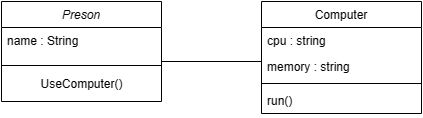
11024117/SEM keeps this draw.io diagram as 0.drawio.png. Above is the earlier version. Source tidied: cells renumbered, new cells last; positions are measured from the earlier drawing's top-left corner, leaving out a move shared by most shapes. Its diagram source:
```xml
<mxGraphModel>
  <root>
    <mxCell id="0" />
    <mxCell id="1" parent="0" />
    <mxCell id="2" value="Preson" style="swimlane;fontStyle=2;align=center;verticalAlign=top;horizontal=1;startSize=26;rounded=0;shadow=0;strokeWidth=1;" parent="1" vertex="1">
      <mxGeometry width="160" height="100" as="geometry" />
    </mxCell>
    <mxCell id="3" value="name : String" style="text;align=left;verticalAlign=top;spacingLeft=4;spacingRight=4;overflow=hidden;" parent="2" vertex="1">
      <mxGeometry y="26" width="160" height="34" as="geometry" />
    </mxCell>
    <mxCell id="4" style="line;html=1;strokeWidth=1;align=left;verticalAlign=middle;spacingTop=-1;spacingLeft=3;spacingRight=3;labelPosition=right;" parent="2" vertex="1">
      <mxGeometry y="60" width="160" height="8" as="geometry" />
    </mxCell>
    <mxCell id="5" value="UseComputer()" style="text;html=1;align=center;verticalAlign=middle;strokeColor=none;fillColor=none;" parent="2" vertex="1">
      <mxGeometry y="68" width="160" height="30" as="geometry" />
    </mxCell>
    <mxCell id="6" value="Computer" style="swimlane;fontStyle=0;align=center;verticalAlign=top;horizontal=1;startSize=26;rounded=0;shadow=0;strokeWidth=1;" parent="1" vertex="1">
      <mxGeometry x="260" width="160" height="112" as="geometry" />
    </mxCell>
    <mxCell id="7" value="cpu : string" style="text;align=left;verticalAlign=top;spacingLeft=4;spacingRight=4;overflow=hidden;" parent="6" vertex="1">
      <mxGeometry y="26" width="160" height="26" as="geometry" />
    </mxCell>
    <mxCell id="8" value="memory : string" style="text;align=left;verticalAlign=top;spacingLeft=4;spacingRight=4;overflow=hidden;rounded=0;shadow=0;html=0;" parent="6" vertex="1">
      <mxGeometry y="52" width="160" height="26" as="geometry" />
    </mxCell>
    <mxCell id="9" style="line;html=1;strokeWidth=1;align=left;verticalAlign=middle;spacingTop=-1;spacingLeft=3;spacingRight=3;labelPosition=right;" parent="6" vertex="1">
      <mxGeometry y="78" width="160" height="8" as="geometry" />
    </mxCell>
    <mxCell id="10" value="run()" style="text;align=left;verticalAlign=top;spacingLeft=4;spacingRight=4;overflow=hidden;" parent="6" vertex="1">
      <mxGeometry y="86" width="160" height="26" as="geometry" />
    </mxCell>
    <mxCell id="11" style="endArrow=none;html=1;rounded=0;" parent="1" edge="1">
      <mxGeometry relative="1" as="geometry">
        <mxPoint x="160" y="60" as="sourcePoint" />
        <mxPoint x="260" y="60" as="targetPoint" />
      </mxGeometry>
    </mxCell>
  </root>
</mxGraphModel>
```
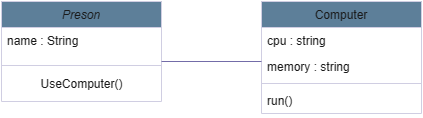
After the commit.

The edit, as a diff of the source:
```diff
@@ -2,34 +2,34 @@
   <root>
     <mxCell id="0" />
     <mxCell id="1" parent="0" />
-    <mxCell id="2" value="Preson" style="swimlane;fontStyle=2;align=center;verticalAlign=top;horizontal=1;startSize=26;rounded=0;shadow=0;strokeWidth=1;" parent="1" vertex="1">
+    <mxCell id="2" value="Preson" style="swimlane;fontStyle=2;align=center;verticalAlign=top;horizontal=1;startSize=26;rounded=0;shadow=0;strokeWidth=1;labelBackgroundColor=none;fillColor=#5D7F99;strokeColor=#D0CEE2;fontColor=#1A1A1A;" parent="1" vertex="1">
       <mxGeometry width="160" height="100" as="geometry" />
     </mxCell>
-    <mxCell id="3" value="name : String" style="text;align=left;verticalAlign=top;spacingLeft=4;spacingRight=4;overflow=hidden;" parent="2" vertex="1">
+    <mxCell id="3" value="name : String" style="text;align=left;verticalAlign=top;spacingLeft=4;spacingRight=4;overflow=hidden;labelBackgroundColor=none;fontColor=#1A1A1A;" parent="2" vertex="1">
       <mxGeometry y="26" width="160" height="34" as="geometry" />
     </mxCell>
-    <mxCell id="4" style="line;html=1;strokeWidth=1;align=left;verticalAlign=middle;spacingTop=-1;spacingLeft=3;spacingRight=3;labelPosition=right;" parent="2" vertex="1">
+    <mxCell id="4" style="line;html=1;strokeWidth=1;align=left;verticalAlign=middle;spacingTop=-1;spacingLeft=3;spacingRight=3;labelPosition=right;labelBackgroundColor=none;fillColor=#5D7F99;strokeColor=#D0CEE2;fontColor=#1A1A1A;" parent="2" vertex="1">
       <mxGeometry y="60" width="160" height="8" as="geometry" />
     </mxCell>
-    <mxCell id="5" value="UseComputer()" style="text;html=1;align=center;verticalAlign=middle;strokeColor=none;fillColor=none;" parent="2" vertex="1">
+    <mxCell id="5" value="UseComputer()" style="text;html=1;align=center;verticalAlign=middle;strokeColor=none;fillColor=none;labelBackgroundColor=none;fontColor=#1A1A1A;" parent="2" vertex="1">
       <mxGeometry y="68" width="160" height="30" as="geometry" />
     </mxCell>
-    <mxCell id="6" value="Computer" style="swimlane;fontStyle=0;align=center;verticalAlign=top;horizontal=1;startSize=26;rounded=0;shadow=0;strokeWidth=1;" parent="1" vertex="1">
+    <mxCell id="6" value="Computer" style="swimlane;fontStyle=0;align=center;verticalAlign=top;horizontal=1;startSize=26;rounded=0;shadow=0;strokeWidth=1;labelBackgroundColor=none;fillColor=#5D7F99;strokeColor=#D0CEE2;fontColor=#1A1A1A;" parent="1" vertex="1">
       <mxGeometry x="260" width="160" height="112" as="geometry" />
     </mxCell>
-    <mxCell id="7" value="cpu : string" style="text;align=left;verticalAlign=top;spacingLeft=4;spacingRight=4;overflow=hidden;" parent="6" vertex="1">
+    <mxCell id="7" value="cpu : string" style="text;align=left;verticalAlign=top;spacingLeft=4;spacingRight=4;overflow=hidden;labelBackgroundColor=none;fontColor=#1A1A1A;" parent="6" vertex="1">
       <mxGeometry y="26" width="160" height="26" as="geometry" />
     </mxCell>
-    <mxCell id="8" value="memory : string" style="text;align=left;verticalAlign=top;spacingLeft=4;spacingRight=4;overflow=hidden;rounded=0;shadow=0;html=0;" parent="6" vertex="1">
+    <mxCell id="8" value="memory : string" style="text;align=left;verticalAlign=top;spacingLeft=4;spacingRight=4;overflow=hidden;rounded=0;shadow=0;html=0;labelBackgroundColor=none;fontColor=#1A1A1A;" parent="6" vertex="1">
       <mxGeometry y="52" width="160" height="26" as="geometry" />
     </mxCell>
-    <mxCell id="9" style="line;html=1;strokeWidth=1;align=left;verticalAlign=middle;spacingTop=-1;spacingLeft=3;spacingRight=3;labelPosition=right;" parent="6" vertex="1">
+    <mxCell id="9" style="line;html=1;strokeWidth=1;align=left;verticalAlign=middle;spacingTop=-1;spacingLeft=3;spacingRight=3;labelPosition=right;labelBackgroundColor=none;fillColor=#5D7F99;strokeColor=#D0CEE2;fontColor=#1A1A1A;" parent="6" vertex="1">
       <mxGeometry y="78" width="160" height="8" as="geometry" />
     </mxCell>
-    <mxCell id="10" value="run()" style="text;align=left;verticalAlign=top;spacingLeft=4;spacingRight=4;overflow=hidden;" parent="6" vertex="1">
+    <mxCell id="10" value="run()" style="text;align=left;verticalAlign=top;spacingLeft=4;spacingRight=4;overflow=hidden;labelBackgroundColor=none;fontColor=#1A1A1A;" parent="6" vertex="1">
       <mxGeometry y="86" width="160" height="26" as="geometry" />
     </mxCell>
-    <mxCell id="11" style="endArrow=none;html=1;rounded=0;" parent="1" edge="1">
+    <mxCell id="11" style="endArrow=none;html=1;rounded=0;labelBackgroundColor=none;strokeColor=#736CA8;fontColor=default;" parent="1" edge="1">
       <mxGeometry relative="1" as="geometry">
         <mxPoint x="160" y="60" as="sourcePoint" />
         <mxPoint x="260" y="60" as="targetPoint" />
```
